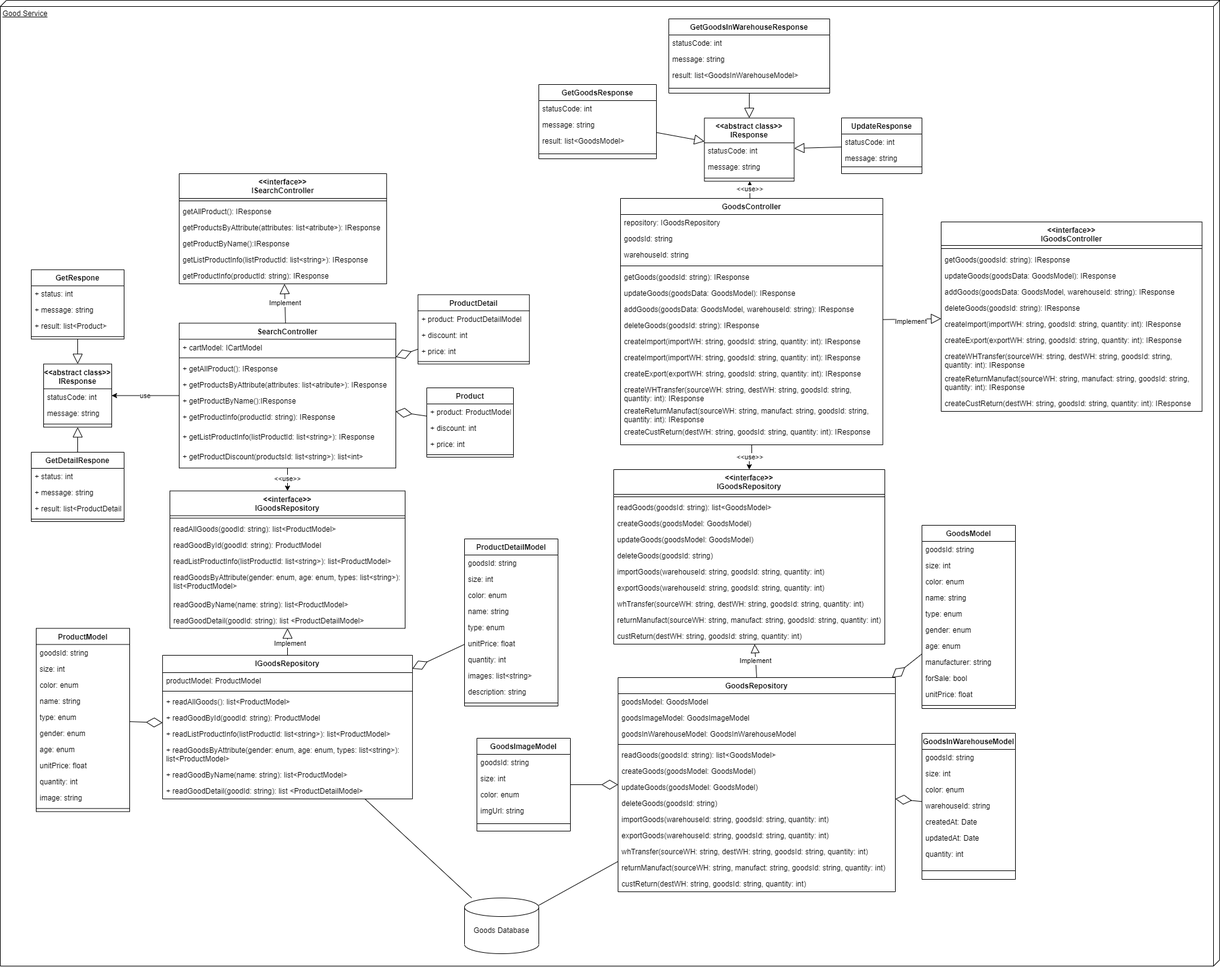
Earlier version of the draw.io export img/Architecture/service/GoodsService.png (hienbui-iwrp/DACN_report). Source tidied: cells renumbered, new cells last; positions are measured from the earlier drawing's top-left corner, leaving out a move shared by most shapes.
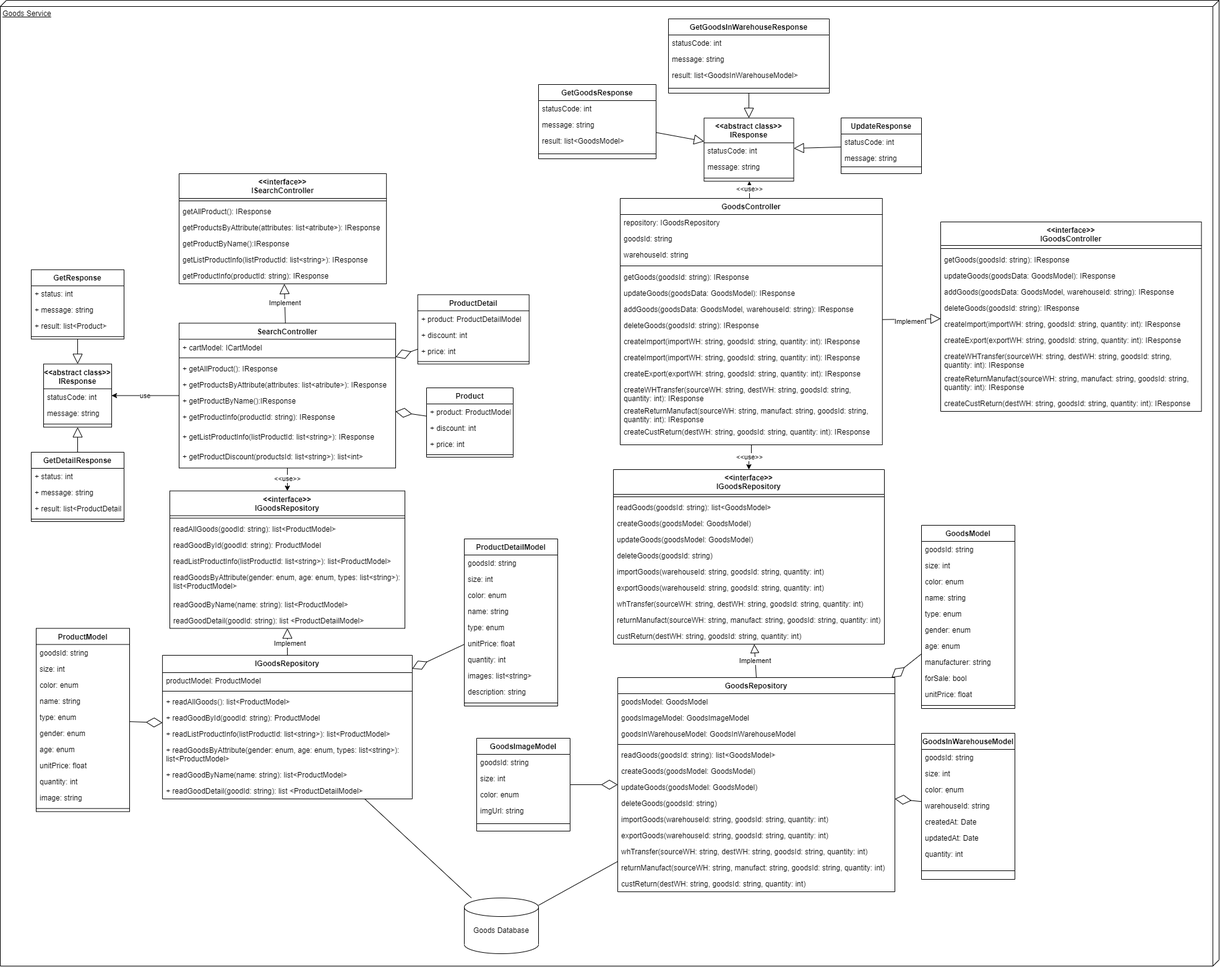
After the change.

Commit message:
SAMPLE branch service

Change to the diagram source:
```diff
@@ -2,7 +2,7 @@
   <root>
     <mxCell id="0" />
     <mxCell id="1" parent="0" />
-    <mxCell id="2" value="Good Service" style="verticalAlign=top;align=left;spacingTop=8;spacingLeft=2;spacingRight=12;shape=cube;size=10;direction=south;fontStyle=4;html=1;" parent="1" vertex="1">
+    <mxCell id="2" value="Goods Service" style="verticalAlign=top;align=left;spacingTop=8;spacingLeft=2;spacingRight=12;shape=cube;size=10;direction=south;fontStyle=4;html=1;" parent="1" vertex="1">
       <mxGeometry width="1970" height="1560" as="geometry" />
     </mxCell>
     <mxCell id="3" value="&amp;lt;&amp;lt;use&amp;gt;&amp;gt;" style="edgeStyle=orthogonalEdgeStyle;rounded=0;jettySize=auto;html=1;entryX=0.5;entryY=0;entryDx=0;entryDy=0;" parent="1" edge="1" source="4" target="87">
@@ -410,7 +410,7 @@
     <mxCell id="137" style="line;html=1;strokeWidth=1;align=left;verticalAlign=middle;spacingTop=-1;spacingLeft=3;spacingRight=3;labelPosition=right;" parent="134" vertex="1">
       <mxGeometry y="92" width="110" height="10" as="geometry" />
     </mxCell>
-    <mxCell id="138" value="GetDetailRespone" style="swimlane;fontStyle=1;align=center;verticalAlign=top;horizontal=1;startSize=26;" parent="1" vertex="1">
+    <mxCell id="138" value="GetDetailResponse" style="swimlane;fontStyle=1;align=center;verticalAlign=top;horizontal=1;startSize=26;" parent="1" vertex="1">
       <mxGeometry x="50" y="730" width="150" height="112" as="geometry" />
     </mxCell>
     <mxCell id="139" value="+ status: int" style="text;strokeColor=none;fillColor=none;align=left;verticalAlign=top;spacingLeft=4;spacingRight=4;overflow=hidden;" parent="138" vertex="1">
@@ -576,7 +576,7 @@
     <mxCell id="190" style="endArrow=diamondThin;endFill=0;endSize=24;html=1;rounded=0;" parent="1" edge="1" source="179" target="169">
       <mxGeometry relative="1" as="geometry" />
     </mxCell>
-    <mxCell id="191" value="GetRespone" style="swimlane;fontStyle=1;align=center;verticalAlign=top;horizontal=1;startSize=26;" parent="1" vertex="1">
+    <mxCell id="191" value="GetResponse" style="swimlane;fontStyle=1;align=center;verticalAlign=top;horizontal=1;startSize=26;" parent="1" vertex="1">
       <mxGeometry x="50" y="435.2" width="150" height="112" as="geometry" />
     </mxCell>
     <mxCell id="192" value="+ status: int" style="text;strokeColor=none;fillColor=none;align=left;verticalAlign=top;spacingLeft=4;spacingRight=4;overflow=hidden;" parent="191" vertex="1">
```
